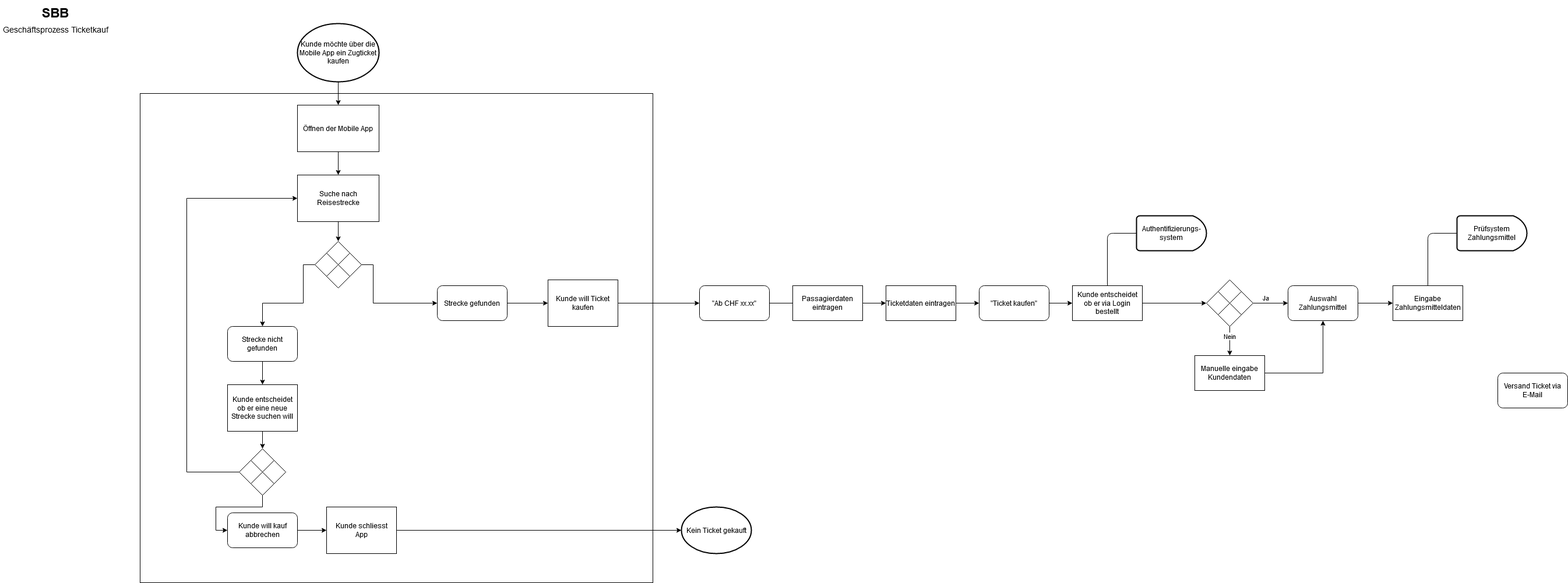
MokthecoolWok/m254 keeps this draw.io diagram as ablaufdiagramm.png. Above is the earlier version. Source tidied: cells renumbered, new cells last; positions are measured from the earlier drawing's top-left corner, leaving out a move shared by most shapes.
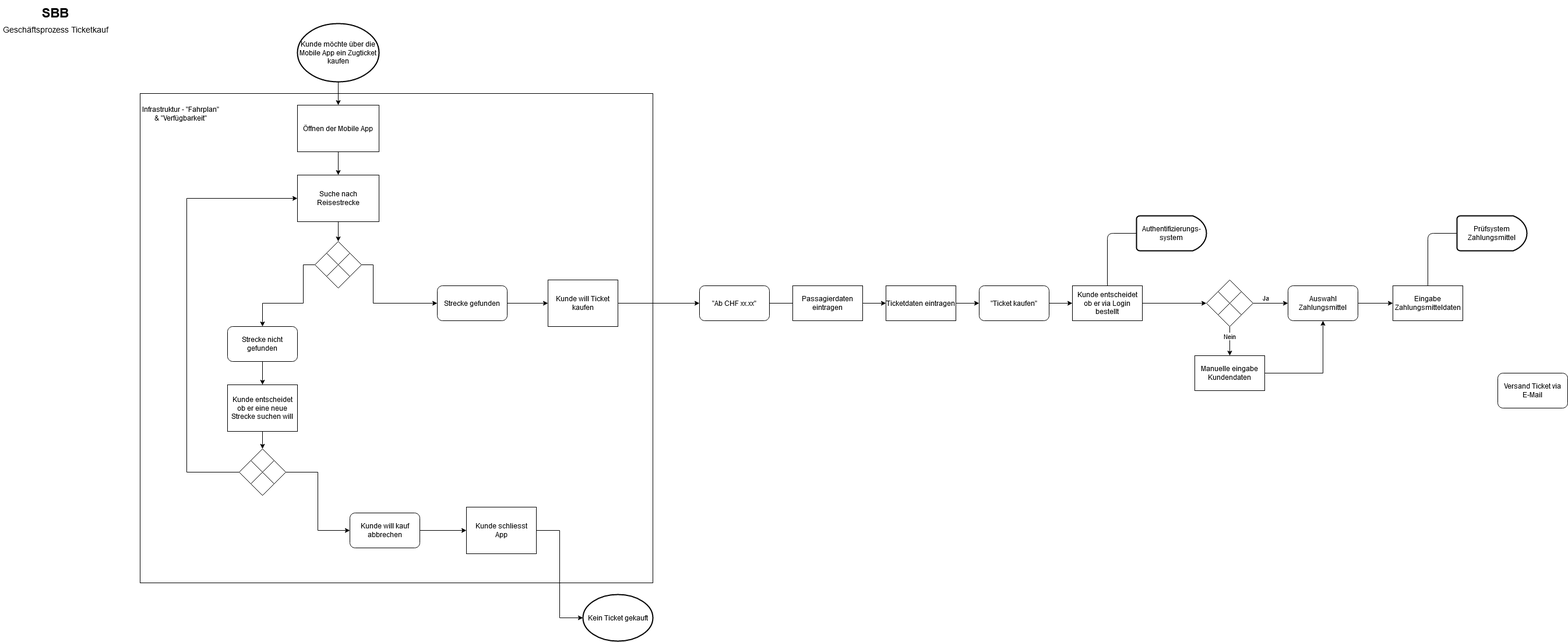
After the change.

Diff of the diagram source:
```diff
@@ -91,7 +91,7 @@
       <mxGeometry relative="1" as="geometry" />
     </mxCell>
     <mxCell id="23" value="Kunde will kauf abbrechen" style="rounded=1;whiteSpace=wrap;html=1;" parent="1" vertex="1">
-      <mxGeometry x="390" y="880" width="120" height="60" as="geometry" />
+      <mxGeometry x="600" y="880" width="120" height="60" as="geometry" />
     </mxCell>
     <mxCell id="24" style="edgeStyle=orthogonalEdgeStyle;rounded=0;jettySize=auto;html=1;entryX=0;entryY=0.5;entryDx=0;entryDy=0;" parent="1" edge="1" source="19" target="23">
       <mxGeometry relative="1" as="geometry" />
@@ -130,13 +130,13 @@
       <mxGeometry x="390" y="660" width="120" height="80" as="geometry" />
     </mxCell>
     <mxCell id="33" value="&lt;div&gt;Kunde schliesst&lt;/div&gt;&lt;div&gt;App&lt;/div&gt;" style="rounded=0;whiteSpace=wrap;html=1;" parent="1" vertex="1">
-      <mxGeometry x="560" y="870" width="120" height="80" as="geometry" />
+      <mxGeometry x="800" y="870" width="120" height="80" as="geometry" />
     </mxCell>
     <mxCell id="34" value="Kunde will Ticket kaufen" style="rounded=0;whiteSpace=wrap;html=1;" parent="1" vertex="1">
       <mxGeometry x="940" y="480" width="120" height="80" as="geometry" />
     </mxCell>
     <mxCell id="35" value="Kein Ticket gekauft" style="strokeWidth=2;html=1;shape=mxgraph.flowchart.start_1;whiteSpace=wrap;" parent="1" vertex="1">
-      <mxGeometry x="1169" y="870" width="120" height="80" as="geometry" />
+      <mxGeometry x="1000" y="1020" width="120" height="80" as="geometry" />
     </mxCell>
     <mxCell id="36" style="edgeStyle=orthogonalEdgeStyle;rounded=0;jettySize=auto;html=1;exitX=1;exitY=0.5;exitDx=0;exitDy=0;" parent="1" edge="1" source="37" target="39">
       <mxGeometry relative="1" as="geometry" />
@@ -230,5 +230,8 @@
     <mxCell id="61" style="endArrow=none;html=1;entryX=1;entryY=1;entryDx=0;entryDy=0;exitX=0;exitY=0;exitDx=0;exitDy=0;" parent="1" edge="1" source="59" target="59">
       <mxGeometry relative="1" as="geometry" />
     </mxCell>
+    <mxCell id="62" value="Infrastruktur - &quot;Fahrplan&quot; &amp;amp; &quot;Verfügbarkeit&quot;" style="text;html=1;strokeColor=none;fillColor=none;align=center;verticalAlign=middle;whiteSpace=wrap;rounded=0;" parent="1" vertex="1">
+      <mxGeometry x="240" y="160" width="140" height="70" as="geometry" />
+    </mxCell>
   </root>
 </mxGraphModel>
```
